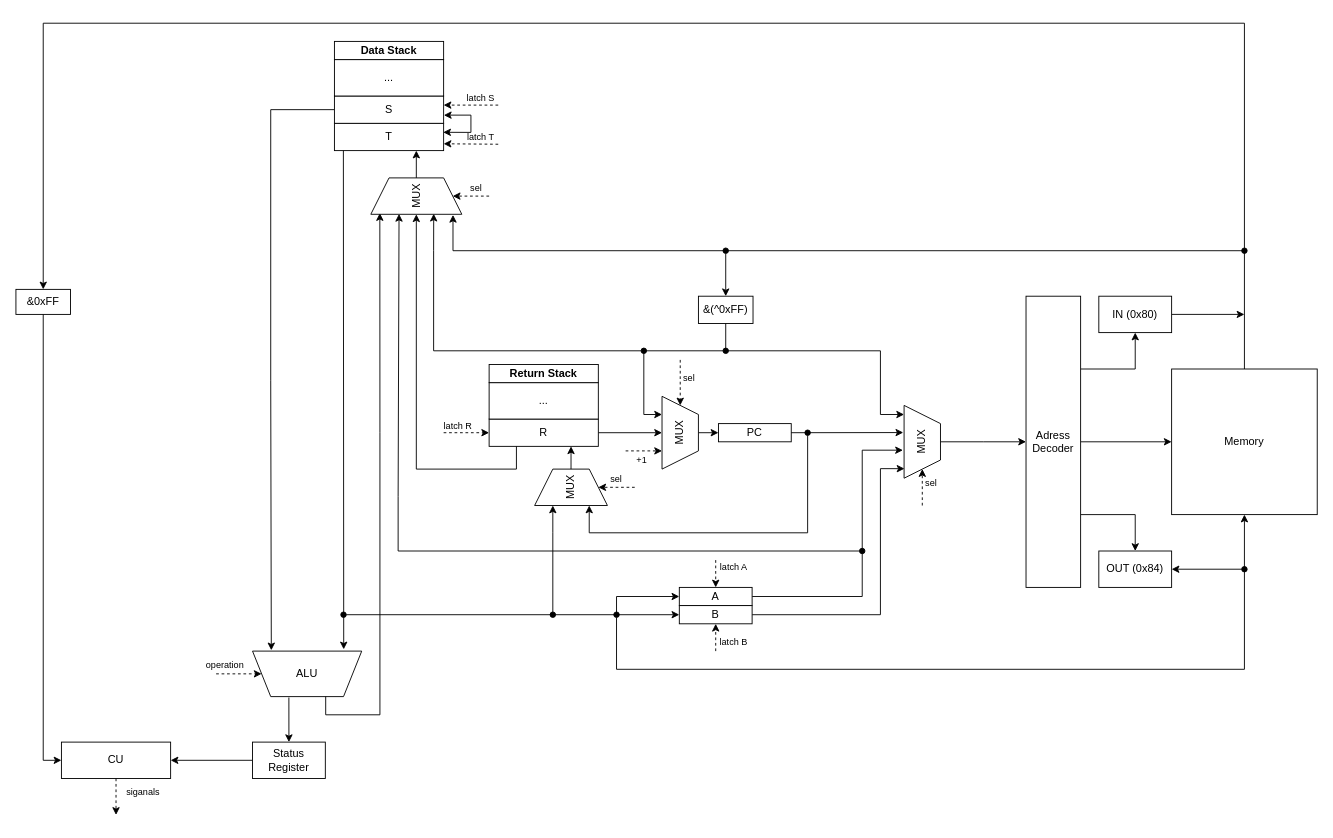
The draw.io diagram AK/sem4/lab3/schema/schema_f18a.drawio in NF-coder/ITMO_repo, before the edit. Source tidied: cells renumbered, new cells numbered last; positions are measured from the earlier drawing's top-left corner, leaving out a move shared by most shapes. Both pictures are drawn from the tidied source at 91%, with x=0, y=0 at pixel (15, 23).
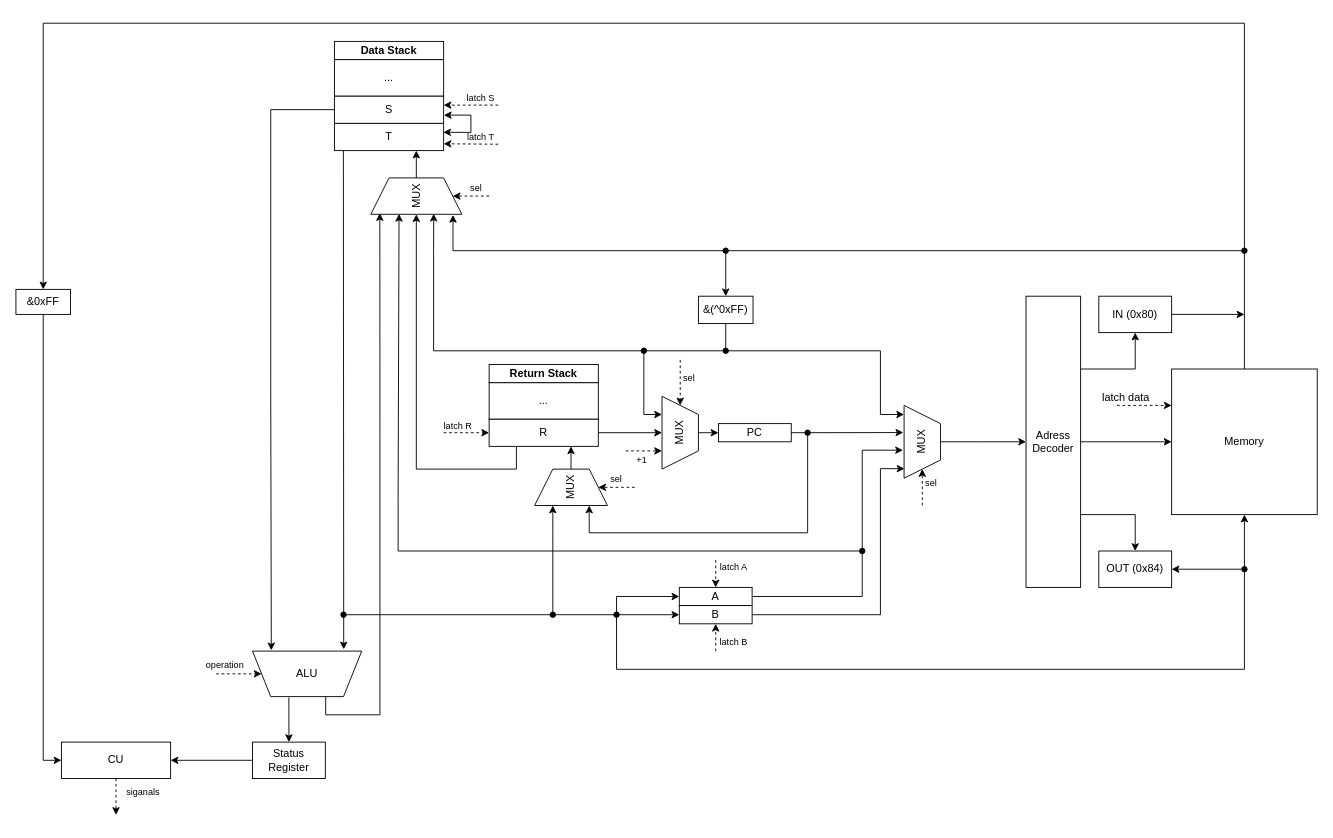
The same page after the edit.

Commit message (it also covers changes not shown here):
feat(AK): lab3 shema updated

Unchanged cells that the change refers to:
```xml
<mxCell id="3" value="Memory" style="whiteSpace=wrap;html=1;" parent="1" vertex="1">
  <mxGeometry x="1270" y="380" width="160" height="160" as="geometry" />
</mxCell>
```

Diff of the diagram source:
```diff
@@
+    <mxCell id="82" style="endArrow=classic;html=1;rounded=0;dashed=1;entryX=0;entryY=0.25;entryDx=0;entryDy=0;" parent="1" edge="1" target="3">
+      <mxGeometry relative="1" as="geometry">
+        <mxPoint x="1210" y="420" as="sourcePoint" />
+      </mxGeometry>
+    </mxCell>
+    <mxCell id="83" value="latch data" style="text;html=1;whiteSpace=wrap;strokeColor=none;fillColor=none;align=center;verticalAlign=middle;rounded=0;" parent="1" vertex="1">
+      <mxGeometry x="1180" y="397" width="80" height="30" as="geometry" />
+    </mxCell>
```
